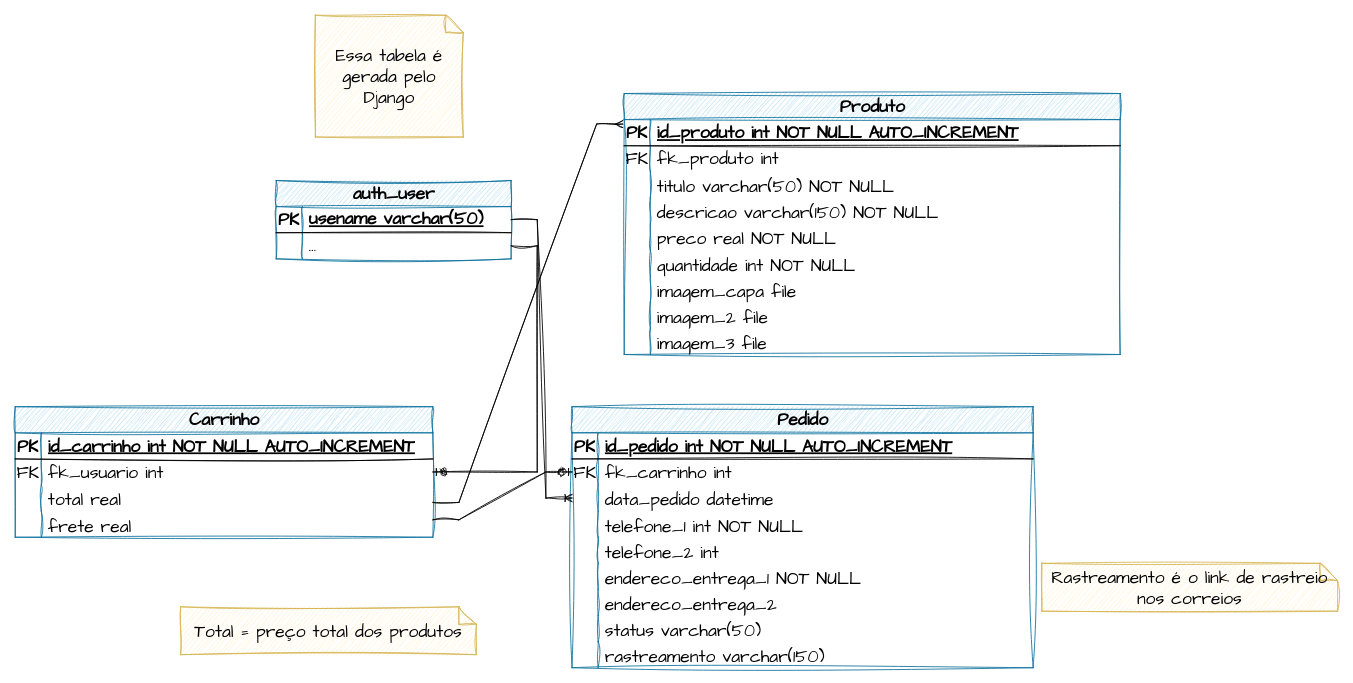
This is docs/DER.drawio from rafaelngoncalves5/classewatches, a draw.io file, before an edit. Source tidied: cells renumbered, new cells numbered last; positions are measured from the earlier drawing's top-left corner, leaving out a move shared by most shapes. Both pictures are drawn from the tidied source at 87%, with x=0, y=0 at pixel (15, 15).
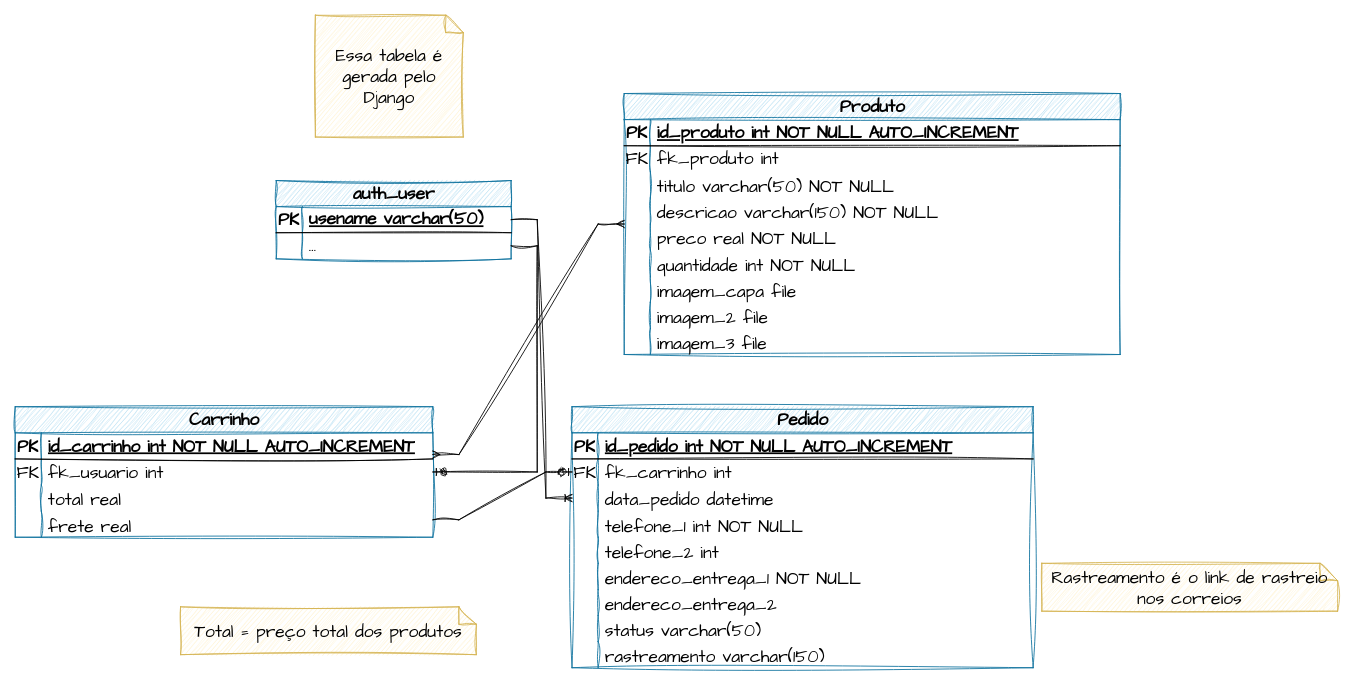
After the change.

Unchanged cells that the change refers to:
```xml
<mxCell id="2" value="&lt;font color=&quot;#000000&quot;&gt;Produto&lt;/font&gt;" style="shape=table;startSize=30;childLayout=tableLayout;rowLines=0;fontStyle=1;align=center;html=1;sketch=1;hachureGap=4;jiggle=2;curveFitting=1;fontFamily=Architects Daughter;fontSize=20;fillColor=#b1ddf0;strokeColor=#10739e;" parent="1" vertex="1">
  <mxGeometry x="700" y="90" width="570" height="300" as="geometry" />
</mxCell>
```

Diff of the diagram source:
```diff
@@
-    <mxCell id="85" style="edgeStyle=entityRelationEdgeStyle;fontSize=12;html=1;endArrow=ERmany;rounded=0;sketch=1;hachureGap=4;jiggle=2;curveFitting=1;fontFamily=Architects Daughter;entryX=-0.003;entryY=0.117;entryDx=0;entryDy=0;entryPerimeter=0;" parent="1" edge="1" target="2">
-      <mxGeometry relative="1" as="geometry">
-        <mxPoint x="480" y="560" as="sourcePoint" />
-      </mxGeometry>
-    </mxCell>
@@
+    <mxCell id="87" style="edgeStyle=entityRelationEdgeStyle;fontSize=12;html=1;endArrow=ERmany;startArrow=ERmany;rounded=0;sketch=1;hachureGap=4;jiggle=2;curveFitting=1;fontFamily=Architects Daughter;" parent="1" edge="1" target="2">
+      <mxGeometry relative="1" as="geometry">
+        <mxPoint x="480" y="505" as="sourcePoint" />
+      </mxGeometry>
+    </mxCell>
```
